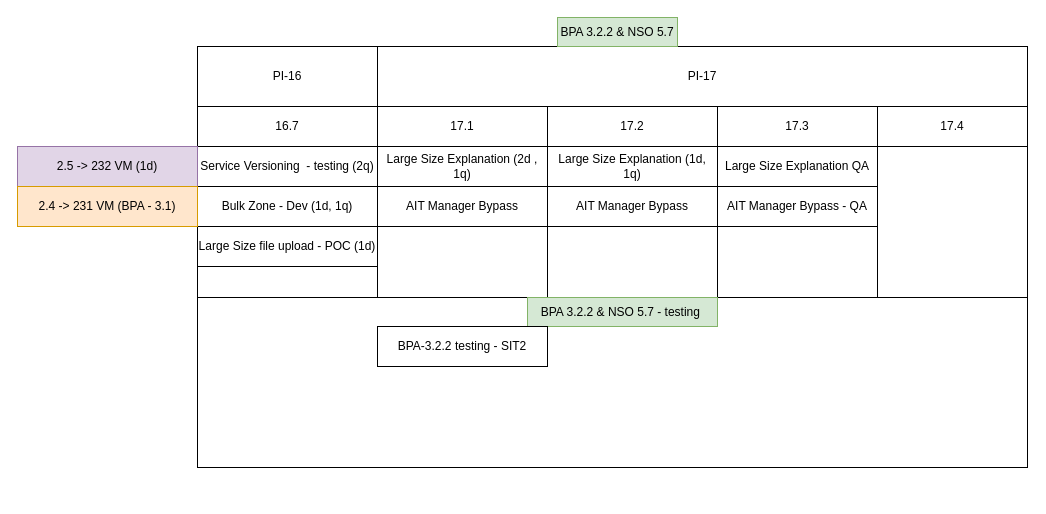
nilaratandas/drowInventory keeps this draw.io diagram as page "PI-17 Dev Plan" (8 of 8) of SRF Life Cycle.drawio. Above is the earlier version. Source tidied: cells renumbered, new cells numbered last; positions are measured from the earlier drawing's top-left corner, leaving out a move shared by most shapes. Both pictures are drawn from the tidied source at 100%, with x=0, y=0 at pixel (17, 17).
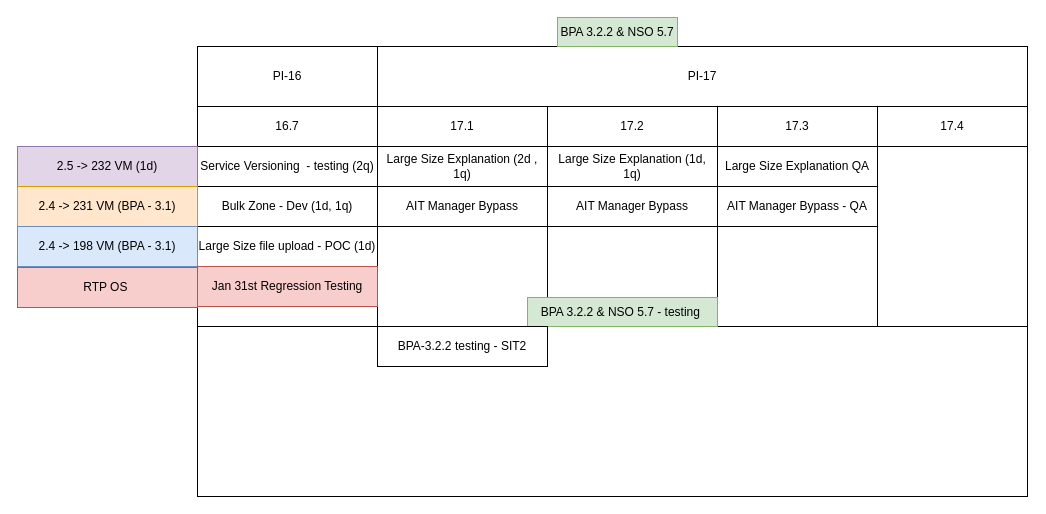
The same diagram, later.

Diff of the diagram source:
```diff
@@
     <mxCell id="22" style="rounded=0;whiteSpace=wrap;html=1;" parent="1" vertex="1">
-      <mxGeometry x="180" y="280" width="830" height="170" as="geometry" />
+      <mxGeometry x="180" y="309" width="830" height="170" as="geometry" />
     </mxCell>
@@
+    <mxCell id="30" value="2.4 -&amp;gt; 198 VM (BPA - 3.1)" style="rounded=0;whiteSpace=wrap;html=1;fillColor=#dae8fc;strokeColor=#6c8ebf;" parent="1" vertex="1">
+      <mxGeometry y="209" width="180" height="40" as="geometry" />
+    </mxCell>
+    <mxCell id="31" value="Jan 31st Regression Testing" style="rounded=0;whiteSpace=wrap;html=1;fillColor=#f8cecc;strokeColor=#b85450;" parent="1" vertex="1">
+      <mxGeometry x="180" y="249" width="180" height="40" as="geometry" />
+    </mxCell>
+    <mxCell id="32" value="RTP OS&amp;nbsp;" style="rounded=0;whiteSpace=wrap;html=1;fillColor=#f8cecc;strokeColor=#b85450;" parent="1" vertex="1">
+      <mxGeometry y="250" width="180" height="40" as="geometry" />
+    </mxCell>
```
